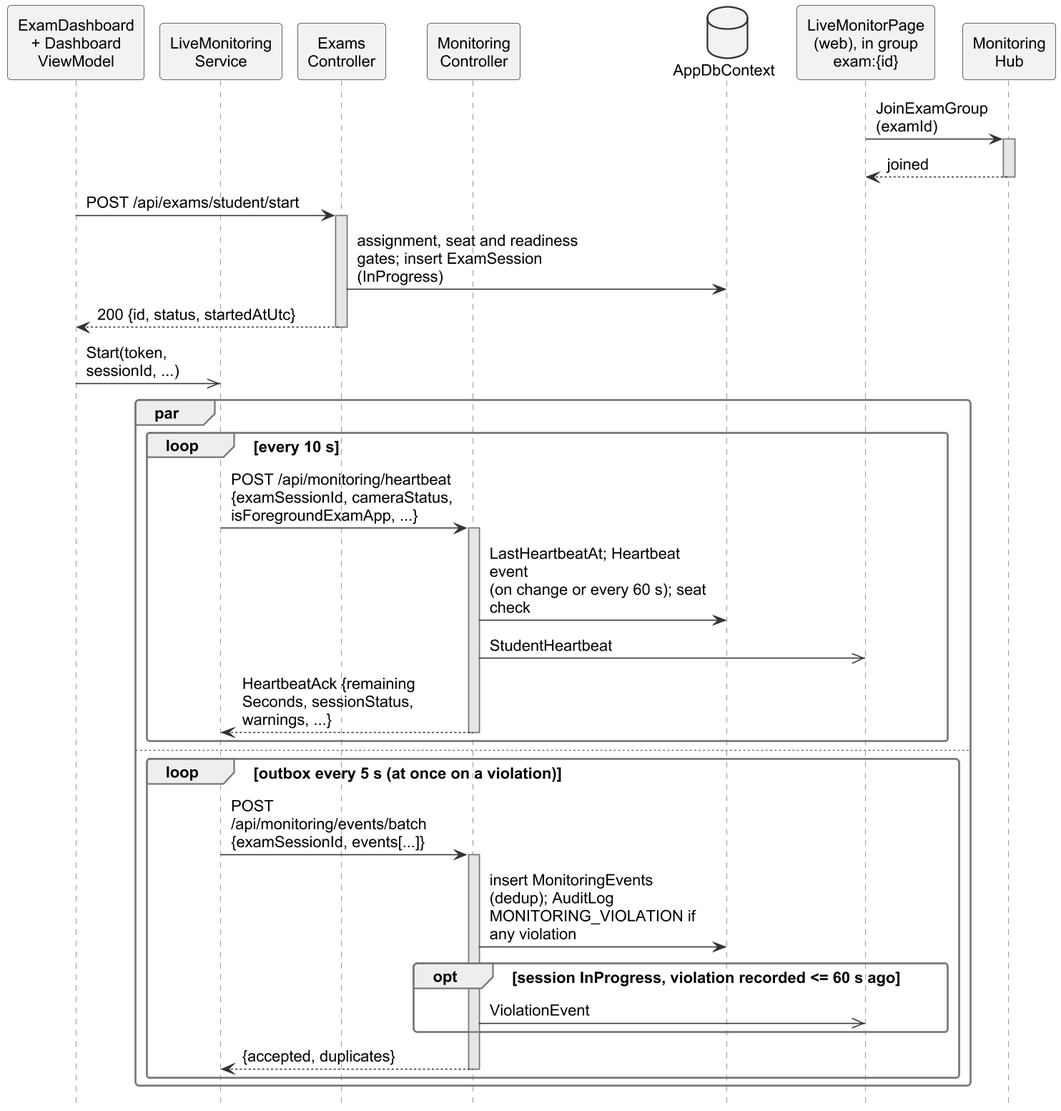
Earlier version of the PlantUML export important docs/fyp_doc_3chatp/Figures/seq_telemetry.png (Haiderali27-hub/AI-Lab-Monitoring-). Its source is kept beside it as important docs/fyp_doc_3chatp/Figures/src/seq_telemetry.puml.
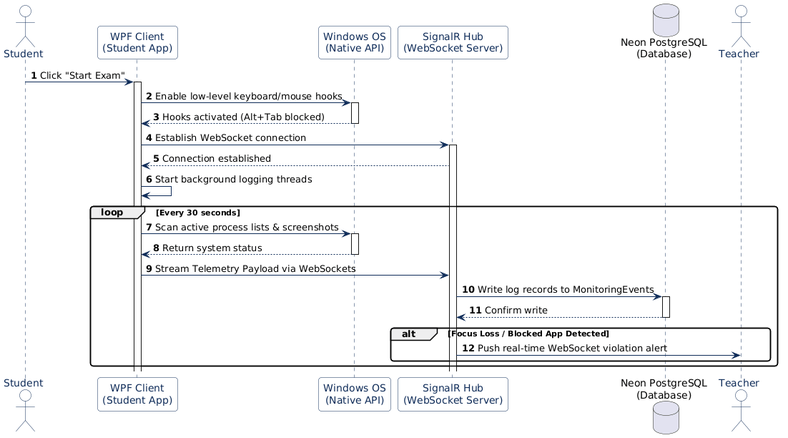
The same diagram one commit later.

Diff of the diagram source:
```diff
@@ -2,54 +2,54 @@
 !include style.iuml
 skinparam defaultFontSize 14
 skinparam ArrowFontSize 14
-skinparam maxMessageSize 200
+skinparam maxMessageSize 220
 hide footbox
 hide unlinked
-skinparam ParticipantPadding 2
+skinparam ParticipantPadding 4
 skinparam BoxPadding 0
 skinparam sequence {
   MessageAlign left
   LifeLineBackgroundColor #E6E6E6
 }
 
-participant "ExamDashboard\n+ Dashboard\nViewModel" as VM
+participant "ExamDashboard\n(WPF client)" as VM
 participant "LiveMonitoring\nService" as LM
 participant "Exams\nController" as EC
 participant "Monitoring\nController" as MC
-participant "Heartbeat\nWatchdog\nService" as WD
+participant "Heartbeat\nWatchdog" as WD
 database "AppDbContext" as DB
-participant "LiveMonitorPage\n(web), in group\nexam:{id}" as WEB
+participant "Live Monitor\npage (web)" as WEB
 participant "Monitoring\nHub" as HUB
 
-WEB -> HUB : JoinExamGroup\n(examId)
+WEB -> HUB : join exam group
 activate HUB
 HUB --> WEB : joined
 deactivate HUB
-VM -> EC : POST /api/exams/student/start
+VM -> EC : start exam
 activate EC
-EC -> DB : assignment, seat and readiness\ngates; insert ExamSession (InProgress)
-EC --> VM : 200 {id, status, startedAtUtc}
+EC -> DB : check assignment, seat\nand readiness; create session
+EC --> VM : 200 session
 deactivate EC
-VM ->> LM : Start(token,\nsessionId, ...)
+VM ->> LM : start monitoring
 
 par
   loop every 10 s
-    LM -> MC : POST /api/monitoring/heartbeat\n{examSessionId, cameraStatus,\nisForegroundExamApp, ...}
+    LM -> MC : heartbeat
     activate MC
-    MC -> DB : LastHeartbeatAt; Heartbeat event\n(on change or every 60 s); seat check
+    MC -> DB : save heartbeat;\ncheck seat
     MC ->> WEB : StudentHeartbeat
-    MC --> LM : HeartbeatAck {remaining\nSeconds, sessionStatus,\nwarnings, ...}
+    MC --> LM : ack (time left,\nstatus, warnings)
     deactivate MC
   end
 else
-  loop outbox every 5 s (at once on a violation)
-    LM -> MC : POST /api/monitoring/events/batch\n{examSessionId, events[...]}
+  loop every 5 s (at once on a violation)
+    LM -> MC : event batch
     activate MC
-    MC -> DB : insert MonitoringEvents (dedup); AuditLog\nMONITORING_VIOLATION if any violation
-    opt session InProgress, violation recorded <= 60 s ago
+    MC -> DB : save new events;\naudit violations
+    opt recent violation, session in progress
       MC ->> WEB : ViolationEvent
     end
-    MC --> LM : {accepted, duplicates}
+    MC --> LM : accepted,\nduplicates
     deactivate MC
   end
 end
```
